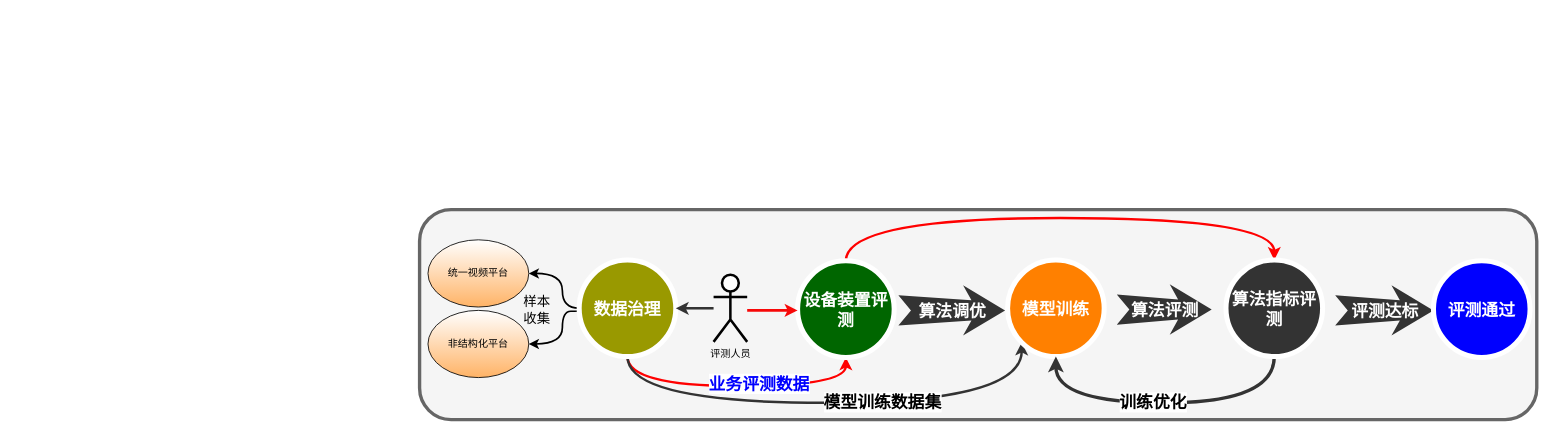
This is 流程环形图_商务.drawio from paleblackless/diagrams, a draw.io file, before an edit. Source tidied: cells renumbered, new cells numbered last; positions are measured from the earlier drawing's top-left corner, leaving out a move shared by most shapes. Both pictures are drawn from the tidied source at 84%, with x=0, y=0 at pixel (419, 209).
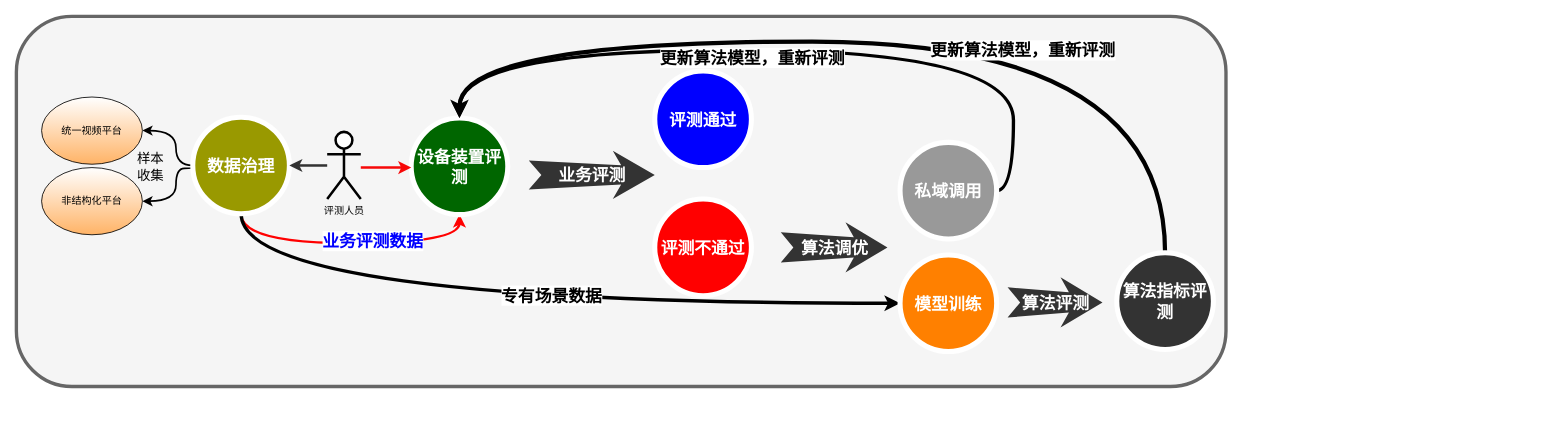
The same diagram, later.

Commit message:
更新流程环形图_商务.drawio

Diff of the diagram source:
```diff
@@
     <mxCell id="2" style="whiteSpace=wrap;html=1;rounded=1;shadow=0;strokeWidth=4;fontSize=20;align=center;fillColor=#f5f5f5;strokeColor=#666666;fontColor=#333333;" parent="1" vertex="1">
-      <mxGeometry width="1330" height="250" as="geometry" />
+      <mxGeometry x="-480" y="-230" width="1440" height="440.6" as="geometry" />
     </mxCell>
     <mxCell id="3" style="edgeStyle=orthogonalEdgeStyle;jettySize=auto;html=1;exitX=0.5;exitY=1;exitDx=0;exitDy=0;entryX=0.5;entryY=1;entryDx=0;entryDy=0;curved=1;strokeColor=#FF0000;strokeWidth=3;" parent="1" edge="1" source="9" target="11">
       <mxGeometry relative="1" as="geometry">
         <Array as="points">
-          <mxPoint x="247" y="210" />
-          <mxPoint x="508" y="210" />
-          <mxPoint x="508" y="176" />
+          <mxPoint x="-213" y="40" />
+          <mxPoint x="48" y="40" />
+          <mxPoint x="48" y="6" />
         </Array>
       </mxGeometry>
     </mxCell>
@@
-    <mxCell id="5" style="edgeStyle=orthogonalEdgeStyle;jettySize=auto;html=1;exitX=0.5;exitY=1;exitDx=0;exitDy=0;entryX=0;entryY=1;entryDx=0;entryDy=0;curved=1;strokeColor=#333333;strokeWidth=3;" parent="1" edge="1" source="9" target="13">
-      <mxGeometry relative="1" as="geometry">
-        <Array as="points">
-          <mxPoint x="247" y="230" />
-          <mxPoint x="717" y="230" />
-        </Array>
-      </mxGeometry>
-    </mxCell>
-    <mxCell id="6" value="&lt;font style=&quot;font-size: 20px;&quot;&gt;&lt;b&gt;模型训练数据集&lt;/b&gt;&lt;/font&gt;" style="edgeLabel;html=1;align=center;verticalAlign=middle;" parent="5" vertex="1">
-      <mxGeometry x="0.2" y="2" relative="1" as="geometry" />
-    </mxCell>
     <mxCell id="7" style="edgeStyle=orthogonalEdgeStyle;jettySize=auto;html=1;exitX=0;exitY=0.5;exitDx=0;exitDy=0;curved=1;entryX=1;entryY=0.5;entryDx=0;entryDy=0;strokeWidth=2;" parent="1" edge="1" source="9" target="23">
       <mxGeometry relative="1" as="geometry">
         <Array as="points">
-          <mxPoint x="170" y="117" />
-          <mxPoint x="170" y="76" />
+          <mxPoint x="-290" y="-53" />
+          <mxPoint x="-290" y="-94" />
         </Array>
       </mxGeometry>
     </mxCell>
     <mxCell id="8" style="edgeStyle=orthogonalEdgeStyle;jettySize=auto;html=1;entryX=1;entryY=0.5;entryDx=0;entryDy=0;curved=1;strokeWidth=2;" parent="1" edge="1" target="24">
       <mxGeometry relative="1" as="geometry">
-        <mxPoint x="190" y="120" as="sourcePoint" />
+        <mxPoint x="-270" y="-50" as="sourcePoint" />
         <Array as="points">
-          <mxPoint x="190" y="121" />
-          <mxPoint x="170" y="121" />
-          <mxPoint x="170" y="160" />
+          <mxPoint x="-270" y="-49" />
+          <mxPoint x="-290" y="-49" />
+          <mxPoint x="-290" y="-10" />
         </Array>
       </mxGeometry>
     </mxCell>
+    <mxCell id="5" style="edgeStyle=orthogonalEdgeStyle;jettySize=auto;html=1;exitX=0.5;exitY=1;exitDx=0;exitDy=0;entryX=0;entryY=0.5;entryDx=0;entryDy=0;curved=1;strokeWidth=4;" parent="1" edge="1" source="9" target="13">
+      <mxGeometry relative="1" as="geometry" />
+    </mxCell>
+    <mxCell id="26" value="&lt;font style=&quot;font-size: 20px;&quot;&gt;&lt;b&gt;专有场景数据&lt;/b&gt;&lt;/font&gt;" style="edgeLabel;html=1;align=center;verticalAlign=middle;" parent="5" vertex="1">
+      <mxGeometry x="0.05" y="10" relative="1" as="geometry">
+        <mxPoint x="7" as="offset" />
+      </mxGeometry>
+    </mxCell>
     <mxCell id="9" value="&lt;span style=&quot;font-size: 20px;&quot;&gt;&lt;font style=&quot;font-size: 20px;&quot;&gt;数据治理&lt;/font&gt;&lt;/span&gt;" style="ellipse;whiteSpace=wrap;html=1;rounded=0;shadow=0;strokeWidth=6;fontSize=20;align=center;fillColor=#999900;strokeColor=#FFFFFF;fontColor=#FFFFFF;fontStyle=1;" parent="1" vertex="1">
-      <mxGeometry x="190" y="60" width="115" height="115" as="geometry" />
+      <mxGeometry x="-270" y="-110" width="115" height="115" as="geometry" />
     </mxCell>
-    <mxCell id="10" style="edgeStyle=orthogonalEdgeStyle;jettySize=auto;html=1;exitX=0.5;exitY=0;exitDx=0;exitDy=0;entryX=0.5;entryY=0;entryDx=0;entryDy=0;curved=1;strokeWidth=3;strokeColor=#FF0000;" parent="1" edge="1" source="11" target="17">
-      <mxGeometry relative="1" as="geometry">
-        <Array as="points">
-          <mxPoint x="508" y="10" />
-          <mxPoint x="1018" y="10" />
-        </Array>
-      </mxGeometry>
-    </mxCell>
     <mxCell id="11" value="设备装置评测" style="ellipse;whiteSpace=wrap;html=1;rounded=0;shadow=0;strokeWidth=6;fontSize=20;align=center;fillColor=#006600;strokeColor=#FFFFFF;fontColor=#FFFFFF;fontStyle=1;" parent="1" vertex="1">
-      <mxGeometry x="450" y="61" width="115" height="115" as="geometry" />
+      <mxGeometry x="-10" y="-109" width="115" height="115" as="geometry" />
     </mxCell>
     <mxCell id="12" value="算法调优" style="html=1;shadow=0;dashed=0;align=center;verticalAlign=middle;shape=mxgraph.arrows2.stylisedArrow;dy=0.6;dx=40;notch=15;feather=0.4;rounded=0;strokeWidth=1;fontSize=20;strokeColor=none;fillColor=#333333;fontColor=#FFFFFF;fontStyle=1;" parent="1" vertex="1">
-      <mxGeometry x="570" y="90" width="127" height="60" as="geometry" />
+      <mxGeometry x="430" y="15" width="127" height="60" as="geometry" />
     </mxCell>
     <mxCell id="13" value="模型训练" style="ellipse;whiteSpace=wrap;html=1;rounded=0;shadow=0;strokeWidth=6;fontSize=20;align=center;fillColor=#FF8000;strokeColor=#FFFFFF;fontColor=#FFFFFF;fontStyle=1;" parent="1" vertex="1">
-      <mxGeometry x="700" y="60" width="115" height="115" as="geometry" />
+      <mxGeometry x="572" y="54" width="115" height="115" as="geometry" />
     </mxCell>
     <mxCell id="14" value="算法评测" style="html=1;shadow=0;dashed=0;align=center;verticalAlign=middle;shape=mxgraph.arrows2.stylisedArrow;dy=0.6;dx=40;notch=15;feather=0.4;rounded=0;strokeWidth=1;fontSize=20;strokeColor=none;fillColor=#333333;fontColor=#FFFFFF;fontStyle=1;" parent="1" vertex="1">
-      <mxGeometry x="830" y="89" width="113" height="60" as="geometry" />
+      <mxGeometry x="700" y="80.5" width="113" height="60" as="geometry" />
     </mxCell>
-    <mxCell id="15" style="edgeStyle=orthogonalEdgeStyle;jettySize=auto;html=1;exitX=0.5;exitY=1;exitDx=0;exitDy=0;entryX=0.5;entryY=1;entryDx=0;entryDy=0;strokeColor=#333333;strokeWidth=4;curved=1;" parent="1" edge="1" source="17" target="13">
-      <mxGeometry relative="1" as="geometry">
-        <Array as="points">
-          <mxPoint x="1017" y="230" />
-          <mxPoint x="757" y="230" />
-        </Array>
-      </mxGeometry>
-    </mxCell>
-    <mxCell id="16" value="&lt;font style=&quot;font-size: 20px;&quot;&gt;&lt;b&gt;训练优化&lt;/b&gt;&lt;/font&gt;" style="edgeLabel;html=1;align=center;verticalAlign=middle;" parent="15" vertex="1">
-      <mxGeometry x="0.08" y="-2" relative="1" as="geometry" />
-    </mxCell>
+    <mxCell id="27" style="edgeStyle=orthogonalEdgeStyle;jettySize=auto;html=1;exitX=0.5;exitY=0;exitDx=0;exitDy=0;entryX=0.5;entryY=0;entryDx=0;entryDy=0;curved=1;strokeWidth=5;" parent="1" edge="1" source="17" target="11">
+      <mxGeometry relative="1" as="geometry">
+        <Array as="points">
+          <mxPoint x="888" y="-200" />
+          <mxPoint x="48" y="-200" />
+        </Array>
+      </mxGeometry>
+    </mxCell>
+    <mxCell id="28" value="&lt;b style=&quot;border-color: var(--border-color); font-size: 20px;&quot;&gt;更新算法模型，重新评测&lt;/b&gt;" style="edgeLabel;html=1;align=center;verticalAlign=middle;" parent="27" vertex="1">
+      <mxGeometry x="-0.13" y="9" relative="1" as="geometry">
+        <mxPoint x="92" as="offset" />
+      </mxGeometry>
+    </mxCell>
     <mxCell id="17" value="算法指标评测" style="ellipse;whiteSpace=wrap;html=1;rounded=0;shadow=0;strokeWidth=6;fontSize=20;align=center;fillColor=#333333;strokeColor=#FFFFFF;fontColor=#FFFFFF;fontStyle=1;" parent="1" vertex="1">
-      <mxGeometry x="960" y="60" width="115" height="115" as="geometry" />
+      <mxGeometry x="830" y="51.5" width="115" height="115" as="geometry" />
     </mxCell>
-    <mxCell id="18" value="评测达标" style="html=1;shadow=0;dashed=0;align=center;verticalAlign=middle;shape=mxgraph.arrows2.stylisedArrow;dy=0.6;dx=40;notch=15;feather=0.4;rounded=0;strokeWidth=1;fontSize=20;strokeColor=none;fillColor=#333333;fontColor=#FFFFFF;fontStyle=1;" parent="1" vertex="1">
-      <mxGeometry x="1090" y="90" width="117" height="60" as="geometry" />
+    <mxCell id="18" value="业务评测" style="html=1;shadow=0;dashed=0;align=center;verticalAlign=middle;shape=mxgraph.arrows2.stylisedArrow;dy=0.6;dx=40;notch=15;feather=0.4;rounded=0;strokeWidth=1;fontSize=20;strokeColor=none;fillColor=#333333;fontColor=#FFFFFF;fontStyle=1;direction=east;" parent="1" vertex="1">
+      <mxGeometry x="130" y="-70" width="150" height="57.5" as="geometry" />
     </mxCell>
     <mxCell id="19" value="&lt;b&gt;评测通过&lt;/b&gt;" style="ellipse;whiteSpace=wrap;html=1;rounded=0;shadow=0;strokeWidth=6;fontSize=20;align=center;fillColor=#0000FF;strokeColor=#FFFFFF;fontColor=#FFFFFF;" parent="1" vertex="1">
-      <mxGeometry x="1207" y="61" width="115" height="115" as="geometry" />
+      <mxGeometry x="280" y="-165" width="115" height="115" as="geometry" />
     </mxCell>
     <mxCell id="20" style="edgeStyle=orthogonalEdgeStyle;rounded=0;jettySize=auto;html=1;strokeWidth=3;strokeColor=#f70808;" parent="1" edge="1" source="22" target="11">
       <mxGeometry relative="1" as="geometry">
         <Array as="points">
-          <mxPoint x="400" y="120" />
-          <mxPoint x="400" y="120" />
+          <mxPoint x="-60" y="-50" />
+          <mxPoint x="-60" y="-50" />
         </Array>
       </mxGeometry>
     </mxCell>
@@
     <mxCell id="22" value="评测人员" style="shape=umlActor;verticalLabelPosition=bottom;verticalAlign=top;html=1;outlineConnect=0;strokeWidth=3;" parent="1" vertex="1">
-      <mxGeometry x="350" y="77.5" width="40" height="80" as="geometry" />
+      <mxGeometry x="-110" y="-92.5" width="40" height="80" as="geometry" />
     </mxCell>
     <mxCell id="23" value="统一视频平台" style="ellipse;whiteSpace=wrap;html=1;gradientColor=#FFB366;" parent="1" vertex="1">
-      <mxGeometry x="10" y="36" width="120" height="80" as="geometry" />
+      <mxGeometry x="-450" y="-134" width="120" height="80" as="geometry" />
     </mxCell>
     <mxCell id="24" value="非结构化平台" style="ellipse;whiteSpace=wrap;html=1;gradientColor=#FFB366;" parent="1" vertex="1">
-      <mxGeometry x="10" y="120" width="120" height="80" as="geometry" />
+      <mxGeometry x="-450" y="-50" width="120" height="80" as="geometry" />
     </mxCell>
     <mxCell id="25" value="&lt;font style=&quot;font-size: 16px;&quot;&gt;样本收集&lt;/font&gt;" style="text;html=1;strokeColor=none;fillColor=none;align=center;verticalAlign=middle;whiteSpace=wrap;rounded=0;" parent="1" vertex="1">
-      <mxGeometry x="120" y="104" width="40" height="30" as="geometry" />
+      <mxGeometry x="-340" y="-66" width="40" height="30" as="geometry" />
     </mxCell>
+    <mxCell id="29" style="edgeStyle=orthogonalEdgeStyle;jettySize=auto;html=1;exitX=1;exitY=0.5;exitDx=0;exitDy=0;entryX=0.5;entryY=0;entryDx=0;entryDy=0;curved=1;strokeWidth=4;" parent="1" edge="1" source="31" target="11">
+      <mxGeometry relative="1" as="geometry">
+        <Array as="points">
+          <mxPoint x="707" y="-22" />
+          <mxPoint x="707" y="-190" />
+          <mxPoint x="48" y="-190" />
+        </Array>
+      </mxGeometry>
+    </mxCell>
+    <mxCell id="30" value="&lt;span style=&quot;font-size: 20px;&quot;&gt;&lt;b&gt;更新算法模型，重新评测&lt;/b&gt;&lt;/span&gt;" style="edgeLabel;html=1;align=center;verticalAlign=middle;" parent="29" vertex="1">
+      <mxGeometry x="-0.24" y="8" relative="1" as="geometry">
+        <mxPoint x="-146" as="offset" />
+      </mxGeometry>
+    </mxCell>
+    <mxCell id="31" value="私域调用" style="ellipse;whiteSpace=wrap;html=1;rounded=0;shadow=0;strokeWidth=6;fontSize=20;align=center;fillColor=#999999;strokeColor=#FFFFFF;fontColor=#FFFFFF;fontStyle=1;" parent="1" vertex="1">
+      <mxGeometry x="572" y="-80" width="115" height="115" as="geometry" />
+    </mxCell>
+    <mxCell id="32" value="评测不通过" style="ellipse;whiteSpace=wrap;html=1;rounded=0;shadow=0;strokeWidth=6;fontSize=20;align=center;fillColor=#FF0000;strokeColor=#FFFFFF;fontColor=#FFFFFF;fontStyle=1;" parent="1" vertex="1">
+      <mxGeometry x="280" y="-12.5" width="115" height="115" as="geometry" />
+    </mxCell>
```
